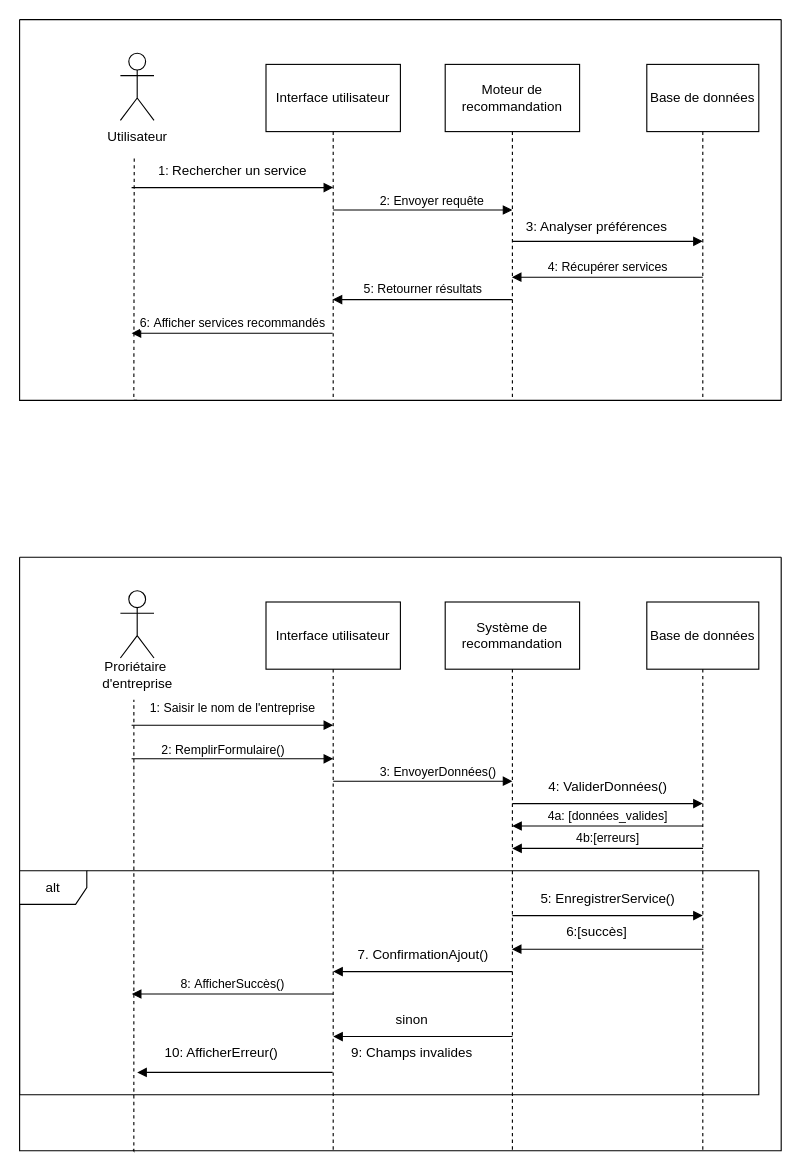
The draw.io diagram se.drawio in Rahma3-sys/Searchgi, before the edit. Source tidied: cells renumbered, new cells numbered last; positions are measured from the earlier drawing's top-left corner, leaving out a move shared by most shapes. Both pictures are drawn from the tidied source at 112%, with x=0, y=0 at pixel (19, 19).
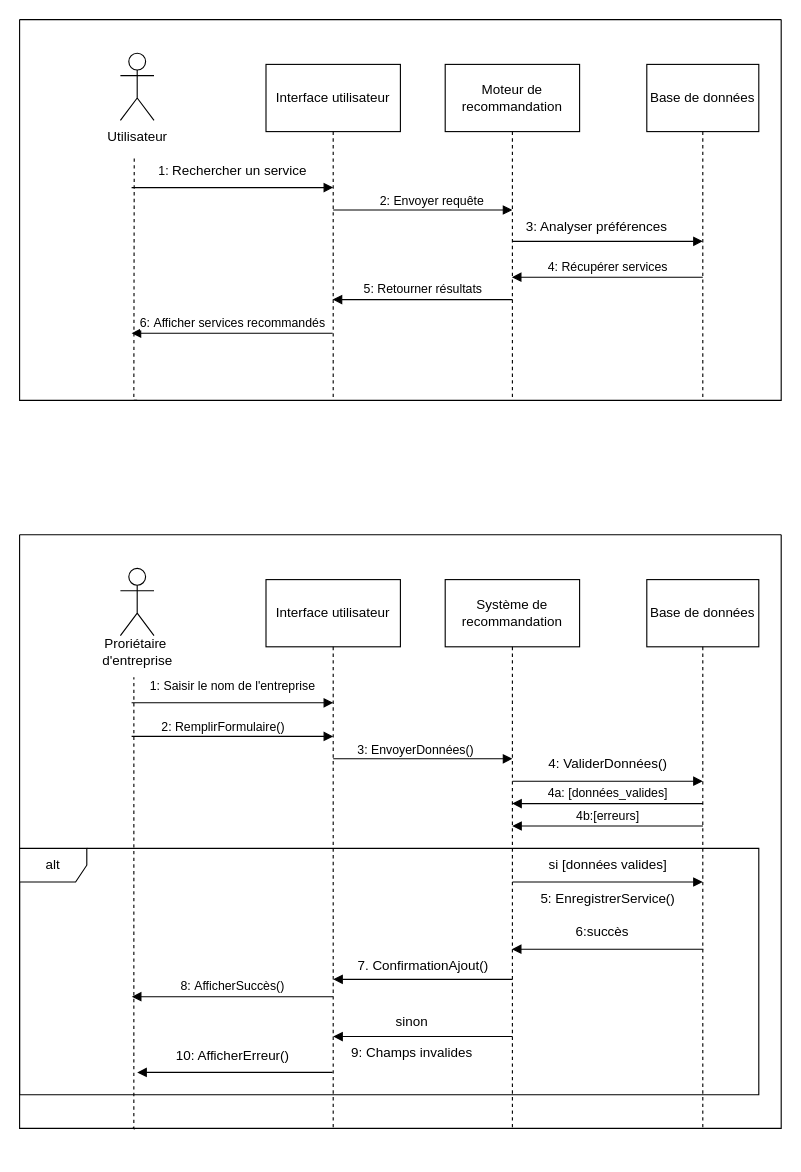
The same page after the edit.

Commit message:
Mettre à jour se.drawio

Unchanged cells that the change refers to:
```xml
<mxCell id="6" style="endArrow=block;endFill=1;html=1;edgeStyle=orthogonalEdgeStyle;align=left;verticalAlign=top;rounded=0;" parent="2" edge="1">
  <mxGeometry x="-1" relative="1" as="geometry">
    <mxPoint x="280" y="200" as="sourcePoint" />
    <mxPoint x="440" y="200" as="targetPoint" />
  </mxGeometry>
</mxCell>
<mxCell id="12" value="Interface utilisateur" style="shape=umlLifeline;perimeter=lifelinePerimeter;whiteSpace=wrap;html=1;outlineConnect=0;portConstraint=eastwest;newEdgeStyle={&quot;curved&quot;:0,&quot;rounded&quot;:0};size=60;" parent="2" vertex="1">
  <mxGeometry x="220" y="40" width="120" height="490" as="geometry" />
</mxCell>
```

The edit, as a diff of the source:
```diff
@@
     <mxCell id="2" style="swimlane;startSize=0;" parent="1" vertex="1">
-      <mxGeometry y="480" width="680" height="530" as="geometry" />
+      <mxGeometry y="460" width="680" height="530" as="geometry" />
     </mxCell>
@@
     <mxCell id="7" value="3:&amp;nbsp;EnvoyerDonnées()" style="edgeLabel;html=1;align=left;verticalAlign=bottom;" parent="6" vertex="1">
       <mxGeometry x="-1" relative="1" as="geometry">
-        <mxPoint x="40" as="offset" />
+        <mxPoint x="20" as="offset" />
       </mxGeometry>
     </mxCell>
@@
     <mxCell id="9" value="8:&amp;nbsp;AfficherSuccès()" style="html=1;verticalAlign=bottom;endArrow=block;curved=0;rounded=0;" parent="2" edge="1">
       <mxGeometry relative="1" as="geometry">
-        <mxPoint x="279.8" y="390" as="sourcePoint" />
-        <mxPoint x="100.2" y="390" as="targetPoint" />
+        <mxPoint x="279.8" y="412.4" as="sourcePoint" />
+        <mxPoint x="100.2" y="412.4" as="targetPoint" />
       </mxGeometry>
     </mxCell>
     <mxCell id="10" style="html=1;verticalAlign=bottom;endArrow=block;curved=0;rounded=0;" parent="2" edge="1">
       <mxGeometry relative="1" as="geometry">
-        <mxPoint x="610.5" y="350" as="sourcePoint" />
-        <mxPoint x="439.5" y="350" as="targetPoint" />
+        <mxPoint x="610.5" y="370" as="sourcePoint" />
+        <mxPoint x="439.5" y="370" as="targetPoint" />
       </mxGeometry>
     </mxCell>
@@
     <mxCell id="21" value="alt" style="shape=umlFrame;whiteSpace=wrap;html=1;" parent="2" vertex="1">
-      <mxGeometry y="280" width="660" height="200" as="geometry" />
+      <mxGeometry y="280" width="660" height="220" as="geometry" />
     </mxCell>
     <mxCell id="22" value="5: EnregistrerService()" style="text;html=1;align=center;verticalAlign=middle;strokeColor=none;fillColor=none;" parent="2" vertex="1">
-      <mxGeometry x="455" y="290" width="140" height="30" as="geometry" />
+      <mxGeometry x="455" y="310" width="140" height="30" as="geometry" />
     </mxCell>
-    <mxCell id="23" value="6:[succès]" style="text;html=1;align=center;verticalAlign=middle;strokeColor=none;fillColor=none;" parent="2" vertex="1">
-      <mxGeometry x="475" y="320" width="80" height="30" as="geometry" />
+    <mxCell id="23" value="6:succès" style="text;html=1;align=center;verticalAlign=middle;strokeColor=none;fillColor=none;" parent="2" vertex="1">
+      <mxGeometry x="485" y="340" width="70" height="30" as="geometry" />
     </mxCell>
     <mxCell id="24" style="endArrow=block;endFill=1;html=1;edgeStyle=orthogonalEdgeStyle;align=left;verticalAlign=top;rounded=0;entryX=0.5;entryY=0.183;entryDx=0;entryDy=0;entryPerimeter=0;" parent="2" edge="1">
       <mxGeometry x="-1" relative="1" as="geometry">
-        <mxPoint x="440" y="320" as="sourcePoint" />
-        <mxPoint x="610" y="320" as="targetPoint" />
+        <mxPoint x="440" y="310" as="sourcePoint" />
+        <mxPoint x="610" y="310" as="targetPoint" />
       </mxGeometry>
     </mxCell>
     <mxCell id="25" value="7. ConfirmationAjout()" style="text;html=1;align=center;verticalAlign=middle;strokeColor=none;fillColor=none;" parent="2" vertex="1">
-      <mxGeometry x="290" y="340" width="140" height="30" as="geometry" />
+      <mxGeometry x="290" y="370" width="140" height="30" as="geometry" />
     </mxCell>
     <mxCell id="26" style="html=1;verticalAlign=bottom;endArrow=block;curved=0;rounded=0;" parent="2" edge="1">
       <mxGeometry relative="1" as="geometry">
-        <mxPoint x="440" y="370" as="sourcePoint" />
-        <mxPoint x="280" y="370" as="targetPoint" />
+        <mxPoint x="440" y="396.9" as="sourcePoint" />
+        <mxPoint x="280" y="396.9" as="targetPoint" />
       </mxGeometry>
     </mxCell>
     <mxCell id="27" value="sinon" style="text;html=1;align=center;verticalAlign=middle;strokeColor=none;fillColor=none;" parent="2" vertex="1">
-      <mxGeometry x="325" y="398" width="50" height="30" as="geometry" />
+      <mxGeometry x="325" y="420" width="50" height="30" as="geometry" />
     </mxCell>
-    <mxCell id="28" style="html=1;verticalAlign=bottom;endArrow=block;curved=0;rounded=0;" parent="2" edge="1" source="12">
+    <mxCell id="28" style="html=1;verticalAlign=bottom;endArrow=block;curved=0;rounded=0;" parent="2" edge="1">
       <mxGeometry relative="1" as="geometry">
-        <mxPoint x="105" y="460" as="targetPoint" />
+        <mxPoint x="279.5" y="480" as="sourcePoint" />
+        <mxPoint x="105" y="480" as="targetPoint" />
       </mxGeometry>
     </mxCell>
     <mxCell id="29" value="10: AfficherErreur()" style="text;html=1;align=center;verticalAlign=middle;strokeColor=none;fillColor=none;" parent="2" vertex="1">
-      <mxGeometry x="120" y="428" width="120" height="30" as="geometry" />
+      <mxGeometry x="130" y="450" width="120" height="30" as="geometry" />
     </mxCell>
+    <mxCell id="48" value="si [données valides]" style="text;html=1;align=center;verticalAlign=middle;strokeColor=none;fillColor=none;" parent="2" vertex="1">
+      <mxGeometry x="460" y="280" width="130" height="30" as="geometry" />
+    </mxCell>
```
